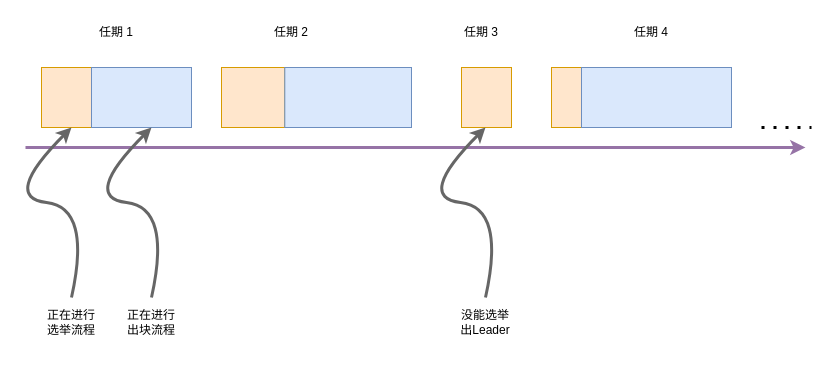
lonless0/Picbed keeps this draw.io diagram as raft.drawio. Above is the earlier version. Source tidied: cells renumbered, new cells numbered last; positions are measured from the earlier drawing's top-left corner, leaving out a move shared by most shapes. Both pictures are drawn from the tidied source at 100%, with x=0, y=0 at pixel (1, 17).
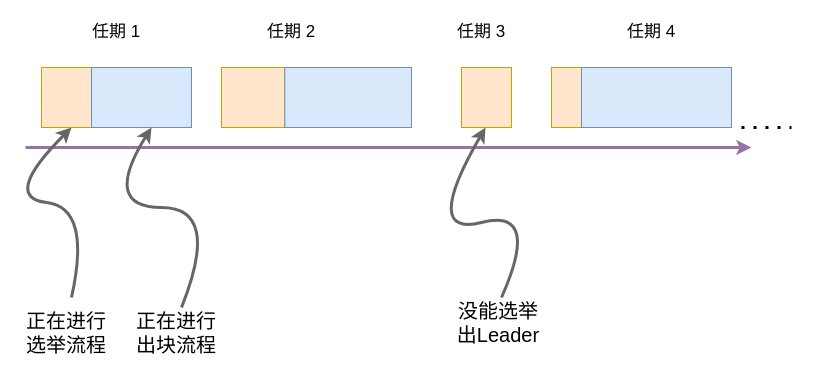
The same diagram, later.

Diff of the diagram source:
```diff
@@
     <mxCell id="11" style="endArrow=none;dashed=1;html=1;dashPattern=1 3;strokeWidth=3;rounded=0;fontFamily=Helvetica;fontSize=12;fontColor=default;" parent="1" edge="1">
       <mxGeometry relative="1" as="geometry">
-        <mxPoint x="760" y="110" as="sourcePoint" />
-        <mxPoint x="810" y="110" as="targetPoint" />
+        <mxPoint x="740" y="110" as="sourcePoint" />
+        <mxPoint x="790" y="110" as="targetPoint" />
       </mxGeometry>
     </mxCell>
-    <mxCell id="12" value="任期 1" style="text;html=1;strokeColor=none;fillColor=none;align=center;verticalAlign=middle;whiteSpace=wrap;rounded=0;fontFamily=Helvetica;fontSize=12;fontColor=default;" parent="1" vertex="1">
+    <mxCell id="12" value="任期 1" style="text;html=1;strokeColor=none;fillColor=none;align=center;verticalAlign=middle;whiteSpace=wrap;rounded=0;fontFamily=Helvetica;fontSize=17;fontColor=default;" parent="1" vertex="1">
       <mxGeometry x="85" width="60" height="30" as="geometry" />
     </mxCell>
-    <mxCell id="13" value="任期 2" style="text;html=1;strokeColor=none;fillColor=none;align=center;verticalAlign=middle;whiteSpace=wrap;rounded=0;fontFamily=Helvetica;fontSize=12;fontColor=default;" parent="1" vertex="1">
+    <mxCell id="13" value="任期 2" style="text;html=1;strokeColor=none;fillColor=none;align=center;verticalAlign=middle;whiteSpace=wrap;rounded=0;fontFamily=Helvetica;fontSize=17;fontColor=default;" parent="1" vertex="1">
       <mxGeometry x="260" width="60" height="30" as="geometry" />
     </mxCell>
-    <mxCell id="14" value="任期 3" style="text;html=1;strokeColor=none;fillColor=none;align=center;verticalAlign=middle;whiteSpace=wrap;rounded=0;fontFamily=Helvetica;fontSize=12;fontColor=default;" parent="1" vertex="1">
+    <mxCell id="14" value="任期 3" style="text;html=1;strokeColor=none;fillColor=none;align=center;verticalAlign=middle;whiteSpace=wrap;rounded=0;fontFamily=Helvetica;fontSize=17;fontColor=default;" parent="1" vertex="1">
       <mxGeometry x="450" width="60" height="30" as="geometry" />
     </mxCell>
-    <mxCell id="15" value="任期 4" style="text;html=1;strokeColor=none;fillColor=none;align=center;verticalAlign=middle;whiteSpace=wrap;rounded=0;fontFamily=Helvetica;fontSize=12;fontColor=default;" parent="1" vertex="1">
+    <mxCell id="15" value="任期 4" style="text;html=1;strokeColor=none;fillColor=none;align=center;verticalAlign=middle;whiteSpace=wrap;rounded=0;fontFamily=Helvetica;fontSize=17;fontColor=default;" parent="1" vertex="1">
       <mxGeometry x="620" width="60" height="30" as="geometry" />
     </mxCell>
     <mxCell id="16" style="endArrow=classic;html=1;rounded=0;fontFamily=Helvetica;fontSize=12;fontColor=#6208FF;strokeWidth=3;fillColor=#e1d5e7;strokeColor=#9673a6;" parent="1" edge="1">
       <mxGeometry relative="1" as="geometry">
         <mxPoint x="24" y="130" as="sourcePoint" />
-        <mxPoint x="804" y="130" as="targetPoint" />
+        <mxPoint x="750" y="130" as="targetPoint" />
       </mxGeometry>
     </mxCell>
@@
-    <mxCell id="18" value="正在进行选举流程" style="text;html=1;strokeColor=none;fillColor=none;align=center;verticalAlign=middle;whiteSpace=wrap;rounded=0;fontFamily=Helvetica;fontSize=12;fontColor=default;" parent="1" vertex="1">
-      <mxGeometry x="40" y="290" width="60" height="30" as="geometry" />
+    <mxCell id="18" value="正在进行选举流程" style="text;html=1;strokeColor=none;fillColor=none;align=center;verticalAlign=middle;whiteSpace=wrap;rounded=0;fontFamily=Helvetica;fontSize=20;fontColor=default;" parent="1" vertex="1">
+      <mxGeometry x="20" y="300" width="90" height="30" as="geometry" />
     </mxCell>
     <mxCell id="19" style="curved=1;endArrow=classic;html=1;rounded=0;fontFamily=Helvetica;fontSize=12;fontColor=default;strokeWidth=3;fillColor=#f5f5f5;strokeColor=#666666;" parent="1" edge="1">
       <mxGeometry relative="1" as="geometry">
-        <mxPoint x="150" y="280" as="sourcePoint" />
+        <mxPoint x="180" y="290" as="sourcePoint" />
         <mxPoint x="150" y="110" as="targetPoint" />
         <Array as="points">
-          <mxPoint x="170" y="190" />
-          <mxPoint x="80" y="180" />
+          <mxPoint x="220" y="190" />
+          <mxPoint x="100" y="190" />
         </Array>
       </mxGeometry>
     </mxCell>
-    <mxCell id="20" value="正在进行出块流程" style="text;html=1;strokeColor=none;fillColor=none;align=center;verticalAlign=middle;whiteSpace=wrap;rounded=0;fontFamily=Helvetica;fontSize=12;fontColor=default;" parent="1" vertex="1">
-      <mxGeometry x="120" y="290" width="60" height="30" as="geometry" />
+    <mxCell id="20" value="正在进行出块流程" style="text;html=1;strokeColor=none;fillColor=none;align=center;verticalAlign=middle;whiteSpace=wrap;rounded=0;fontFamily=Helvetica;fontSize=20;fontColor=default;" parent="1" vertex="1">
+      <mxGeometry x="130" y="300" width="90" height="30" as="geometry" />
     </mxCell>
     <mxCell id="21" style="curved=1;endArrow=classic;html=1;rounded=0;fontFamily=Helvetica;fontSize=12;fontColor=default;strokeWidth=3;fillColor=#f5f5f5;strokeColor=#666666;" parent="1" edge="1">
       <mxGeometry relative="1" as="geometry">
-        <mxPoint x="484" y="280" as="sourcePoint" />
+        <mxPoint x="500" y="280" as="sourcePoint" />
         <mxPoint x="484" y="110" as="targetPoint" />
         <Array as="points">
-          <mxPoint x="504" y="190" />
-          <mxPoint x="414" y="180" />
+          <mxPoint x="540" y="190" />
+          <mxPoint x="420" y="220" />
         </Array>
       </mxGeometry>
     </mxCell>
-    <mxCell id="22" value="没能选举出Leader" style="text;html=1;strokeColor=none;fillColor=none;align=center;verticalAlign=middle;whiteSpace=wrap;rounded=0;fontFamily=Helvetica;fontSize=12;fontColor=default;" parent="1" vertex="1">
-      <mxGeometry x="454" y="290" width="60" height="30" as="geometry" />
+    <mxCell id="22" value="没能选举出Leader" style="text;html=1;strokeColor=none;fillColor=none;align=center;verticalAlign=middle;whiteSpace=wrap;rounded=0;fontFamily=Helvetica;fontSize=20;fontColor=default;" parent="1" vertex="1">
+      <mxGeometry x="454" y="290" width="86" height="30" as="geometry" />
     </mxCell>
```
